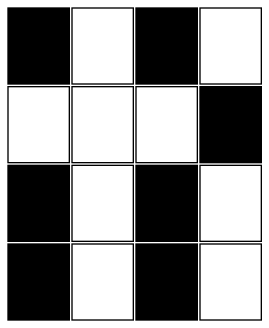
This is grafica.png from Dgo45921/IPC2_Proyecto1_202003585, a Graphviz export, as it was before one commit. Its source is kept beside it as grafica.dot.
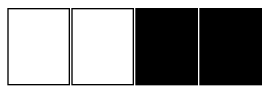
After the change.

Diff of the diagram source:
```diff
@@ -3,27 +3,9 @@
  tabla [shape=none, margin=0, label=<
  <TABLE BORDER="0" CELLBORDER="1" CELLSPACING="2.5" CELLPADDING="20">
     <TR>
- <TD BGCOLOR="black"> </TD>
- <TD> </TD>
- <TD BGCOLOR="black"> </TD>
- <TD> </TD>
-</TR>
-<TR>
- <TD> </TD>
  <TD> </TD>
  <TD> </TD>
  <TD BGCOLOR="black"> </TD>
-</TR>
-<TR>
  <TD BGCOLOR="black"> </TD>
- <TD> </TD>
- <TD BGCOLOR="black"> </TD>
- <TD> </TD>
-</TR>
-<TR>
- <TD BGCOLOR="black"> </TD>
- <TD> </TD>
- <TD BGCOLOR="black"> </TD>
- <TD> </TD>
 </TR>
 </TABLE>>];}
```
